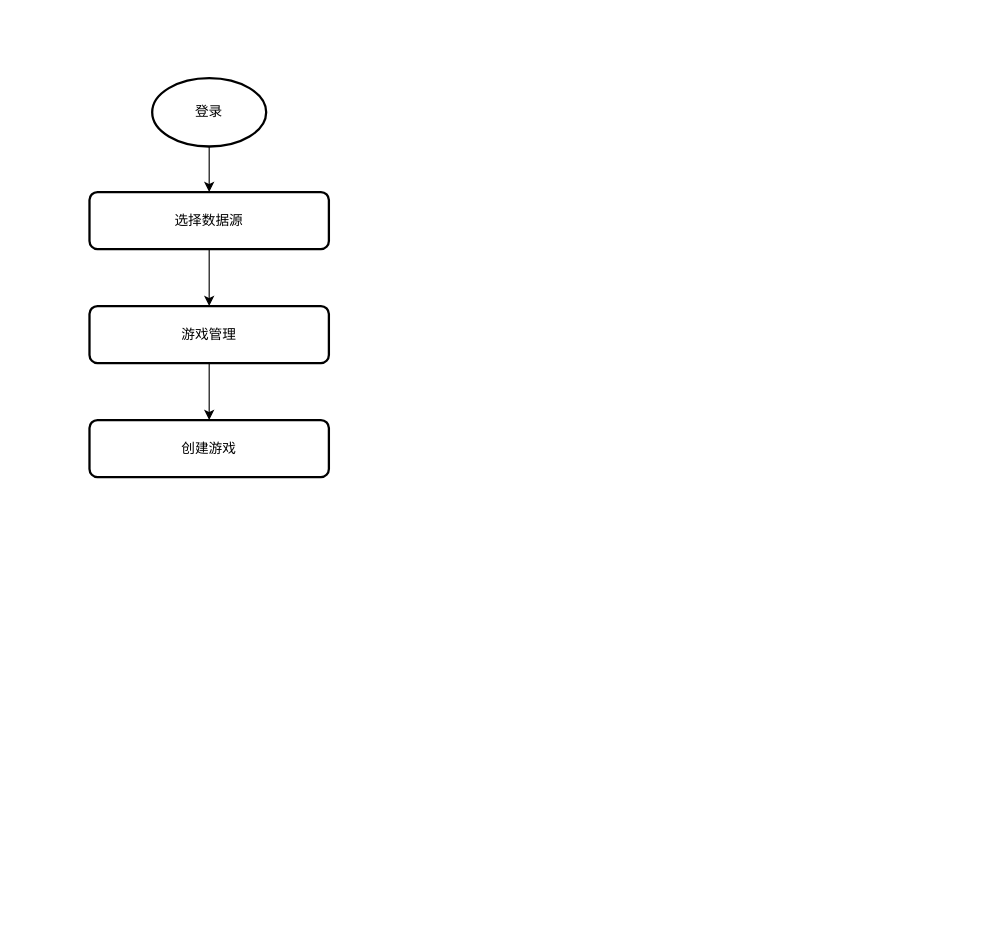
Earlier version of the draw.io diagram 打包系统-打包流程.drawio (wushengqiang/mydoc). Source tidied: cells renumbered, new cells numbered last; positions are measured from the earlier drawing's top-left corner, leaving out a move shared by most shapes. Both pictures are drawn from the tidied source at 114%, with x=0, y=0 at pixel (89, 78).
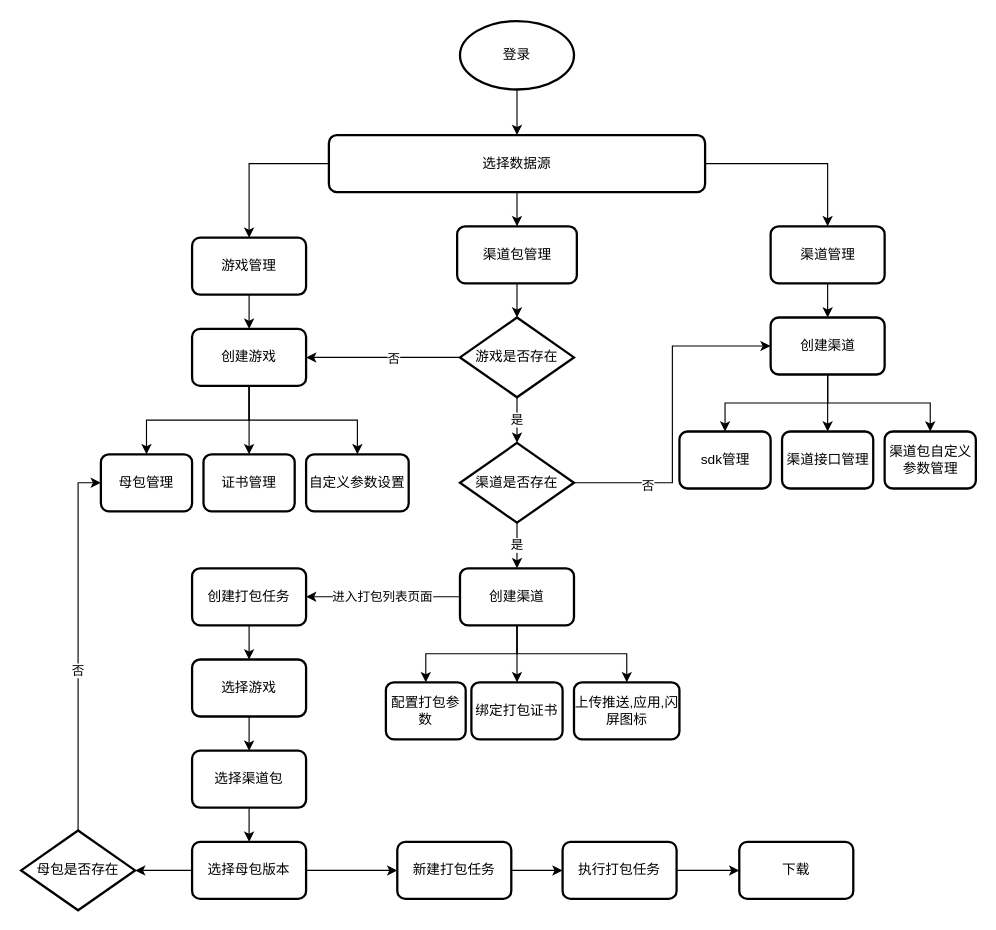
Above is the later version.

Commit message (it also covers changes not shown here):
更新打包系统-打包流程.drawio

What changed in the source:
```diff
@@
-<mxGraphModel background="#ffffff">
+<mxGraphModel>
@@
     <mxCell id="3" value="登录" style="strokeWidth=2;html=1;shape=mxgraph.flowchart.start_1;whiteSpace=wrap;" parent="1" vertex="1">
-      <mxGeometry x="55" width="100" height="60" as="geometry" />
+      <mxGeometry x="325" y="-50" width="100" height="60" as="geometry" />
     </mxCell>
@@
+    <mxCell id="9" style="edgeStyle=orthogonalEdgeStyle;rounded=0;jettySize=auto;html=1;entryX=0.5;entryY=0;entryDx=0;entryDy=0;" parent="1" edge="1" source="5" target="18">
+      <mxGeometry relative="1" as="geometry" />
+    </mxCell>
+    <mxCell id="10" style="edgeStyle=orthogonalEdgeStyle;rounded=0;jettySize=auto;html=1;entryX=0.5;entryY=0;entryDx=0;entryDy=0;" parent="1" edge="1" source="5" target="27">
+      <mxGeometry relative="1" as="geometry" />
+    </mxCell>
     <mxCell id="5" value="选择数据源" style="rounded=1;whiteSpace=wrap;html=1;absoluteArcSize=1;arcSize=14;strokeWidth=2;" parent="1" vertex="1">
-      <mxGeometry y="100" width="210" height="50" as="geometry" />
+      <mxGeometry x="210" y="50" width="330" height="50" as="geometry" />
     </mxCell>
@@
     <mxCell id="7" value="游戏管理" style="rounded=1;whiteSpace=wrap;html=1;absoluteArcSize=1;arcSize=14;strokeWidth=2;" parent="1" vertex="1">
-      <mxGeometry y="200" width="210" height="50" as="geometry" />
+      <mxGeometry x="90" y="140" width="100" height="50" as="geometry" />
     </mxCell>
+    <mxCell id="11" style="edgeStyle=orthogonalEdgeStyle;rounded=0;jettySize=auto;html=1;" parent="1" edge="1" source="8" target="14">
+      <mxGeometry relative="1" as="geometry" />
+    </mxCell>
+    <mxCell id="12" style="edgeStyle=orthogonalEdgeStyle;rounded=0;jettySize=auto;html=1;" parent="1" edge="1" source="8" target="16">
+      <mxGeometry relative="1" as="geometry" />
+    </mxCell>
+    <mxCell id="13" style="edgeStyle=orthogonalEdgeStyle;rounded=0;jettySize=auto;html=1;" parent="1" edge="1" source="8" target="15">
+      <mxGeometry relative="1" as="geometry" />
+    </mxCell>
     <mxCell id="8" value="创建游戏" style="rounded=1;whiteSpace=wrap;html=1;absoluteArcSize=1;arcSize=14;strokeWidth=2;" parent="1" vertex="1">
-      <mxGeometry y="300" width="210" height="50" as="geometry" />
+      <mxGeometry x="90" y="220" width="100" height="50" as="geometry" />
     </mxCell>
+    <mxCell id="14" value="母包管理" style="rounded=1;whiteSpace=wrap;html=1;absoluteArcSize=1;arcSize=14;strokeWidth=2;" parent="1" vertex="1">
+      <mxGeometry x="10" y="330" width="80" height="50" as="geometry" />
+    </mxCell>
+    <mxCell id="15" value="证书管理" style="rounded=1;whiteSpace=wrap;html=1;absoluteArcSize=1;arcSize=14;strokeWidth=2;" parent="1" vertex="1">
+      <mxGeometry x="100" y="330" width="80" height="50" as="geometry" />
+    </mxCell>
+    <mxCell id="16" value="自定义参数设置" style="rounded=1;whiteSpace=wrap;html=1;absoluteArcSize=1;arcSize=14;strokeWidth=2;" parent="1" vertex="1">
+      <mxGeometry x="190" y="330" width="90" height="50" as="geometry" />
+    </mxCell>
+    <mxCell id="17" style="edgeStyle=orthogonalEdgeStyle;rounded=0;jettySize=auto;html=1;" parent="1" edge="1" source="18" target="22">
+      <mxGeometry relative="1" as="geometry" />
+    </mxCell>
+    <mxCell id="18" value="渠道管理" style="rounded=1;whiteSpace=wrap;html=1;absoluteArcSize=1;arcSize=14;strokeWidth=2;" parent="1" vertex="1">
+      <mxGeometry x="597.5" y="130" width="100" height="50" as="geometry" />
+    </mxCell>
+    <mxCell id="19" style="edgeStyle=orthogonalEdgeStyle;rounded=0;jettySize=auto;html=1;entryX=0.5;entryY=0;entryDx=0;entryDy=0;" parent="1" edge="1" source="22" target="23">
+      <mxGeometry relative="1" as="geometry" />
+    </mxCell>
+    <mxCell id="20" style="edgeStyle=orthogonalEdgeStyle;rounded=0;jettySize=auto;html=1;" parent="1" edge="1" source="22" target="25">
+      <mxGeometry relative="1" as="geometry" />
+    </mxCell>
+    <mxCell id="21" style="edgeStyle=orthogonalEdgeStyle;rounded=0;jettySize=auto;html=1;entryX=0.5;entryY=0;entryDx=0;entryDy=0;" parent="1" edge="1" source="22" target="24">
+      <mxGeometry relative="1" as="geometry" />
+    </mxCell>
+    <mxCell id="22" value="创建渠道" style="rounded=1;whiteSpace=wrap;html=1;absoluteArcSize=1;arcSize=14;strokeWidth=2;" parent="1" vertex="1">
+      <mxGeometry x="597.5" y="210" width="100" height="50" as="geometry" />
+    </mxCell>
+    <mxCell id="23" value="sdk管理" style="rounded=1;whiteSpace=wrap;html=1;absoluteArcSize=1;arcSize=14;strokeWidth=2;" parent="1" vertex="1">
+      <mxGeometry x="517.5" y="310" width="80" height="50" as="geometry" />
+    </mxCell>
+    <mxCell id="24" value="渠道接口管理" style="rounded=1;whiteSpace=wrap;html=1;absoluteArcSize=1;arcSize=14;strokeWidth=2;" parent="1" vertex="1">
+      <mxGeometry x="607.5" y="310" width="80" height="50" as="geometry" />
+    </mxCell>
+    <mxCell id="25" value="渠道包自定义参数管理" style="rounded=1;whiteSpace=wrap;html=1;absoluteArcSize=1;arcSize=14;strokeWidth=2;" parent="1" vertex="1">
+      <mxGeometry x="697.5" y="310" width="80" height="50" as="geometry" />
+    </mxCell>
+    <mxCell id="26" style="edgeStyle=orthogonalEdgeStyle;rounded=0;jettySize=auto;html=1;entryX=0.5;entryY=0;entryDx=0;entryDy=0;entryPerimeter=0;" parent="1" edge="1" source="27" target="31">
+      <mxGeometry relative="1" as="geometry" />
+    </mxCell>
+    <mxCell id="27" value="渠道包管理" style="rounded=1;whiteSpace=wrap;html=1;absoluteArcSize=1;arcSize=14;strokeWidth=2;" parent="1" vertex="1">
+      <mxGeometry x="322.5" y="130" width="105" height="50" as="geometry" />
+    </mxCell>
+    <mxCell id="28" style="edgeStyle=orthogonalEdgeStyle;rounded=0;jettySize=auto;html=1;entryX=1;entryY=0.5;entryDx=0;entryDy=0;" parent="1" edge="1" source="31" target="8">
+      <mxGeometry relative="1" as="geometry" />
+    </mxCell>
+    <mxCell id="29" value="否" style="edgeLabel;html=1;align=center;verticalAlign=middle;" parent="28" vertex="1">
+      <mxGeometry x="-0.13" relative="1" as="geometry" />
+    </mxCell>
+    <mxCell id="30" value="是" style="edgeStyle=orthogonalEdgeStyle;rounded=0;jettySize=auto;html=1;entryX=0.5;entryY=0;entryDx=0;entryDy=0;entryPerimeter=0;" parent="1" edge="1" source="31" target="35">
+      <mxGeometry relative="1" as="geometry" />
+    </mxCell>
+    <mxCell id="31" value="游戏是否存在" style="strokeWidth=2;html=1;shape=mxgraph.flowchart.decision;whiteSpace=wrap;" parent="1" vertex="1">
+      <mxGeometry x="325" y="210" width="100" height="70" as="geometry" />
+    </mxCell>
+    <mxCell id="32" style="edgeStyle=orthogonalEdgeStyle;rounded=0;jettySize=auto;html=1;entryX=0;entryY=0.5;entryDx=0;entryDy=0;" parent="1" edge="1" source="35" target="22">
+      <mxGeometry relative="1" as="geometry" />
+    </mxCell>
+    <mxCell id="33" value="否" style="edgeLabel;html=1;align=center;verticalAlign=middle;" parent="32" vertex="1">
+      <mxGeometry x="-0.56" y="-2" relative="1" as="geometry" />
+    </mxCell>
+    <mxCell id="34" value="是" style="edgeStyle=orthogonalEdgeStyle;rounded=0;jettySize=auto;html=1;entryX=0.5;entryY=0;entryDx=0;entryDy=0;" parent="1" edge="1" source="35" target="40">
+      <mxGeometry relative="1" as="geometry" />
+    </mxCell>
+    <mxCell id="35" value="渠道是否存在" style="strokeWidth=2;html=1;shape=mxgraph.flowchart.decision;whiteSpace=wrap;" parent="1" vertex="1">
+      <mxGeometry x="325" y="320" width="100" height="70" as="geometry" />
+    </mxCell>
+    <mxCell id="36" style="edgeStyle=orthogonalEdgeStyle;rounded=0;jettySize=auto;html=1;entryX=0.5;entryY=0;entryDx=0;entryDy=0;" parent="1" edge="1" source="40" target="41">
+      <mxGeometry relative="1" as="geometry" />
+    </mxCell>
+    <mxCell id="37" style="edgeStyle=orthogonalEdgeStyle;rounded=0;jettySize=auto;html=1;entryX=0.5;entryY=0;entryDx=0;entryDy=0;" parent="1" edge="1" source="40" target="42">
+      <mxGeometry relative="1" as="geometry" />
+    </mxCell>
+    <mxCell id="38" style="edgeStyle=orthogonalEdgeStyle;rounded=0;jettySize=auto;html=1;" parent="1" edge="1" source="40" target="43">
+      <mxGeometry relative="1" as="geometry" />
+    </mxCell>
+    <mxCell id="39" value="进入打包列表页面" style="edgeStyle=orthogonalEdgeStyle;rounded=0;jettySize=auto;html=1;" parent="1" edge="1" source="40" target="45">
+      <mxGeometry relative="1" as="geometry" />
+    </mxCell>
+    <mxCell id="40" value="创建渠道" style="rounded=1;whiteSpace=wrap;html=1;absoluteArcSize=1;arcSize=14;strokeWidth=2;" parent="1" vertex="1">
+      <mxGeometry x="325" y="430" width="100" height="50" as="geometry" />
+    </mxCell>
+    <mxCell id="41" value="配置打包参数" style="rounded=1;whiteSpace=wrap;html=1;absoluteArcSize=1;arcSize=14;strokeWidth=2;" parent="1" vertex="1">
+      <mxGeometry x="260" y="530" width="70" height="50" as="geometry" />
+    </mxCell>
+    <mxCell id="42" value="绑定打包证书" style="rounded=1;whiteSpace=wrap;html=1;absoluteArcSize=1;arcSize=14;strokeWidth=2;" parent="1" vertex="1">
+      <mxGeometry x="335" y="530" width="80" height="50" as="geometry" />
+    </mxCell>
+    <mxCell id="43" value="上传推送,应用,闪屏图标" style="rounded=1;whiteSpace=wrap;html=1;absoluteArcSize=1;arcSize=14;strokeWidth=2;" parent="1" vertex="1">
+      <mxGeometry x="425" y="530" width="92.5" height="50" as="geometry" />
+    </mxCell>
+    <mxCell id="44" style="edgeStyle=orthogonalEdgeStyle;rounded=0;jettySize=auto;html=1;" parent="1" edge="1" source="45" target="47">
+      <mxGeometry relative="1" as="geometry" />
+    </mxCell>
+    <mxCell id="45" value="创建打包任务" style="rounded=1;whiteSpace=wrap;html=1;absoluteArcSize=1;arcSize=14;strokeWidth=2;" parent="1" vertex="1">
+      <mxGeometry x="90" y="430" width="100" height="50" as="geometry" />
+    </mxCell>
+    <mxCell id="46" style="edgeStyle=orthogonalEdgeStyle;rounded=0;jettySize=auto;html=1;" parent="1" edge="1" source="47" target="49">
+      <mxGeometry relative="1" as="geometry" />
+    </mxCell>
+    <mxCell id="47" value="选择游戏" style="rounded=1;whiteSpace=wrap;html=1;absoluteArcSize=1;arcSize=14;strokeWidth=2;" parent="1" vertex="1">
+      <mxGeometry x="90" y="510" width="100" height="50" as="geometry" />
+    </mxCell>
+    <mxCell id="48" style="edgeStyle=orthogonalEdgeStyle;rounded=0;jettySize=auto;html=1;entryX=0.5;entryY=0;entryDx=0;entryDy=0;" parent="1" edge="1" source="49" target="52">
+      <mxGeometry relative="1" as="geometry" />
+    </mxCell>
+    <mxCell id="49" value="选择渠道包" style="rounded=1;whiteSpace=wrap;html=1;absoluteArcSize=1;arcSize=14;strokeWidth=2;" parent="1" vertex="1">
+      <mxGeometry x="90" y="590" width="100" height="50" as="geometry" />
+    </mxCell>
+    <mxCell id="50" style="edgeStyle=orthogonalEdgeStyle;rounded=0;jettySize=auto;html=1;entryX=1;entryY=0.5;entryDx=0;entryDy=0;entryPerimeter=0;" parent="1" edge="1" source="52" target="55">
+      <mxGeometry relative="1" as="geometry" />
+    </mxCell>
+    <mxCell id="51" style="edgeStyle=orthogonalEdgeStyle;rounded=0;jettySize=auto;html=1;entryX=0;entryY=0.5;entryDx=0;entryDy=0;" parent="1" edge="1" source="52" target="57">
+      <mxGeometry relative="1" as="geometry" />
+    </mxCell>
+    <mxCell id="52" value="选择母包版本" style="rounded=1;whiteSpace=wrap;html=1;absoluteArcSize=1;arcSize=14;strokeWidth=2;" parent="1" vertex="1">
+      <mxGeometry x="90" y="670" width="100" height="50" as="geometry" />
+    </mxCell>
+    <mxCell id="53" style="edgeStyle=orthogonalEdgeStyle;rounded=0;jettySize=auto;html=1;entryX=0;entryY=0.5;entryDx=0;entryDy=0;" parent="1" edge="1" source="55" target="14">
+      <mxGeometry relative="1" as="geometry" />
+    </mxCell>
+    <mxCell id="54" value="否" style="edgeLabel;html=1;align=center;verticalAlign=middle;" parent="53" vertex="1">
+      <mxGeometry x="-0.13" y="1" relative="1" as="geometry" />
+    </mxCell>
+    <mxCell id="55" value="母包是否存在" style="strokeWidth=2;html=1;shape=mxgraph.flowchart.decision;whiteSpace=wrap;" parent="1" vertex="1">
+      <mxGeometry x="-60" y="660" width="100" height="70" as="geometry" />
+    </mxCell>
+    <mxCell id="56" style="edgeStyle=orthogonalEdgeStyle;rounded=0;jettySize=auto;html=1;entryX=0;entryY=0.5;entryDx=0;entryDy=0;" parent="1" edge="1" source="57" target="59">
+      <mxGeometry relative="1" as="geometry" />
+    </mxCell>
+    <mxCell id="57" value="新建打包任务" style="rounded=1;whiteSpace=wrap;html=1;absoluteArcSize=1;arcSize=14;strokeWidth=2;" parent="1" vertex="1">
+      <mxGeometry x="270" y="670" width="100" height="50" as="geometry" />
+    </mxCell>
+    <mxCell id="58" style="edgeStyle=orthogonalEdgeStyle;rounded=0;jettySize=auto;html=1;" parent="1" edge="1" source="59" target="60">
+      <mxGeometry relative="1" as="geometry" />
+    </mxCell>
+    <mxCell id="59" value="执行打包任务" style="rounded=1;whiteSpace=wrap;html=1;absoluteArcSize=1;arcSize=14;strokeWidth=2;" parent="1" vertex="1">
+      <mxGeometry x="415" y="670" width="100" height="50" as="geometry" />
+    </mxCell>
+    <mxCell id="60" value="下载" style="rounded=1;whiteSpace=wrap;html=1;absoluteArcSize=1;arcSize=14;strokeWidth=2;" parent="1" vertex="1">
+      <mxGeometry x="570" y="670" width="100" height="50" as="geometry" />
+    </mxCell>
```
